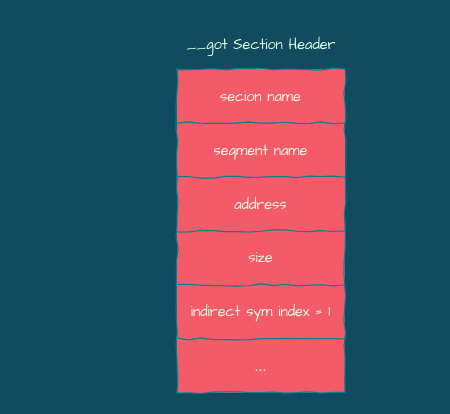
Above: got2.drawio in silan-liu/drawio (draw.io), before the change. Source tidied: cells renumbered, new cells numbered last; positions are measured from the earlier drawing's top-left corner, leaving out a move shared by most shapes. Both pictures are drawn from the tidied source at 120%, with x=0, y=0 at pixel (176, 32).
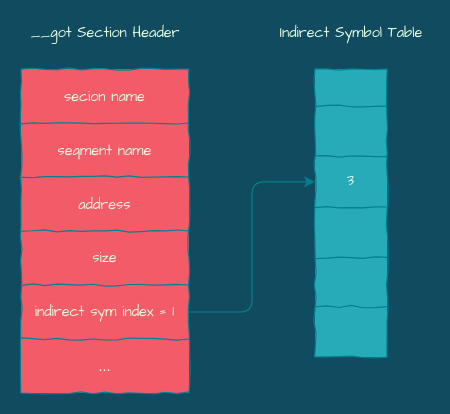
After the change.

The change refers to these unchanged cells:
```xml
<mxCell id="11" style="shape=partialRectangle;html=1;whiteSpace=wrap;fillColor=none;top=0;left=0;bottom=0;right=0;points=[[0,0.5],[1,0.5]];portConstraint=eastwest;strokeColor=#028090;fontColor=#E4FDE1;" parent="2" vertex="1">
  <mxGeometry y="180" width="140" height="45" as="geometry" />
</mxCell>
```

The edit, as a diff of the source:
```diff
@@
     <mxCell id="2" style="shape=table;html=1;whiteSpace=wrap;startSize=0;childLayout=tableLayout;fontFamily=Architects Daughter;comic=1;fillColor=#F45B69;strokeColor=#028090;fontColor=#E4FDE1;" parent="1" vertex="1">
-      <mxGeometry y="30" width="140" height="270" as="geometry" />
+      <mxGeometry x="-130" y="30" width="140" height="270" as="geometry" />
     </mxCell>
@@
     <mxCell id="15" value="&lt;font face=&quot;Architects Daughter&quot;&gt;__got Section Header&lt;/font&gt;" style="text;html=1;align=center;verticalAlign=middle;fontColor=#E4FDE1;" parent="1" vertex="1">
-      <mxGeometry width="140" height="20" as="geometry" />
+      <mxGeometry x="-130" y="-10" width="140" height="20" as="geometry" />
     </mxCell>
+    <mxCell id="16" style="shape=table;html=1;whiteSpace=wrap;startSize=0;childLayout=tableLayout;strokeColor=#028090;fontColor=#E4FDE1;comic=1;fillColor=#28ABB9;" parent="1" vertex="1">
+      <mxGeometry x="115" y="30" width="60" height="240" as="geometry" />
+    </mxCell>
+    <mxCell id="17" style="shape=partialRectangle;html=1;whiteSpace=wrap;fillColor=none;top=0;left=0;bottom=0;right=0;strokeColor=#028090;fontColor=#E4FDE1;" parent="16" vertex="1">
+      <mxGeometry width="60" height="31" as="geometry" />
+    </mxCell>
+    <mxCell id="18" style="shape=partialRectangle;html=1;whiteSpace=wrap;overflow=hidden;fillColor=none;top=0;left=0;bottom=0;right=0;strokeColor=#028090;fontColor=#E4FDE1;" parent="17" vertex="1">
+      <mxGeometry width="60" height="31" as="geometry" />
+    </mxCell>
+    <mxCell id="19" style="shape=partialRectangle;html=1;whiteSpace=wrap;fillColor=none;top=0;left=0;bottom=0;right=0;strokeColor=#028090;fontColor=#E4FDE1;" parent="16" vertex="1">
+      <mxGeometry y="31" width="60" height="42" as="geometry" />
+    </mxCell>
+    <mxCell id="20" style="shape=partialRectangle;html=1;whiteSpace=wrap;overflow=hidden;fillColor=none;top=0;left=0;bottom=0;right=0;strokeColor=#028090;fontColor=#E4FDE1;" parent="19" vertex="1">
+      <mxGeometry width="60" height="42" as="geometry" />
+    </mxCell>
+    <mxCell id="21" style="shape=partialRectangle;html=1;whiteSpace=wrap;fillColor=none;top=0;left=0;bottom=0;right=0;points=[[0,0.5],[1,0.5]];portConstraint=eastwest;strokeColor=#028090;fontColor=#E4FDE1;" parent="16" vertex="1">
+      <mxGeometry y="73" width="60" height="42" as="geometry" />
+    </mxCell>
+    <mxCell id="22" value="3" style="shape=partialRectangle;html=1;whiteSpace=wrap;overflow=hidden;fillColor=none;top=0;left=0;bottom=0;right=0;strokeColor=#028090;fontColor=#E4FDE1;fontFamily=Architects Daughter;" parent="21" vertex="1">
+      <mxGeometry width="60" height="42" as="geometry" />
+    </mxCell>
+    <mxCell id="23" style="shape=partialRectangle;html=1;whiteSpace=wrap;fillColor=none;top=0;left=0;bottom=0;right=0;strokeColor=#028090;fontColor=#E4FDE1;" parent="16" vertex="1">
+      <mxGeometry y="115" width="60" height="42" as="geometry" />
+    </mxCell>
+    <mxCell id="24" style="shape=partialRectangle;html=1;whiteSpace=wrap;overflow=hidden;fillColor=none;top=0;left=0;bottom=0;right=0;strokeColor=#028090;fontColor=#E4FDE1;" parent="23" vertex="1">
+      <mxGeometry width="60" height="42" as="geometry" />
+    </mxCell>
+    <mxCell id="25" style="shape=partialRectangle;html=1;whiteSpace=wrap;fillColor=none;top=0;left=0;bottom=0;right=0;strokeColor=#028090;fontColor=#E4FDE1;" parent="16" vertex="1">
+      <mxGeometry y="157" width="60" height="41" as="geometry" />
+    </mxCell>
+    <mxCell id="26" style="shape=partialRectangle;html=1;whiteSpace=wrap;overflow=hidden;fillColor=none;top=0;left=0;bottom=0;right=0;strokeColor=#028090;fontColor=#E4FDE1;" parent="25" vertex="1">
+      <mxGeometry width="60" height="41" as="geometry" />
+    </mxCell>
+    <mxCell id="27" style="shape=partialRectangle;html=1;whiteSpace=wrap;fillColor=none;top=0;left=0;bottom=0;right=0;strokeColor=#028090;fontColor=#E4FDE1;" parent="16" vertex="1">
+      <mxGeometry y="198" width="60" height="42" as="geometry" />
+    </mxCell>
+    <mxCell id="28" style="shape=partialRectangle;html=1;whiteSpace=wrap;overflow=hidden;fillColor=none;top=0;left=0;bottom=0;right=0;strokeColor=#028090;fontColor=#E4FDE1;" parent="27" vertex="1">
+      <mxGeometry width="60" height="42" as="geometry" />
+    </mxCell>
+    <mxCell id="29" value="&lt;font face=&quot;Architects Daughter&quot;&gt;Indirect Symbol Table&lt;/font&gt;" style="text;html=1;align=center;verticalAlign=middle;fontColor=#E4FDE1;" parent="1" vertex="1">
+      <mxGeometry x="80" y="-10" width="130" height="20" as="geometry" />
+    </mxCell>
+    <mxCell id="30" style="edgeStyle=orthogonalEdgeStyle;curved=0;rounded=1;sketch=0;jettySize=auto;html=1;exitX=1;exitY=0.5;exitDx=0;exitDy=0;entryX=0;entryY=0.5;entryDx=0;entryDy=0;strokeColor=#028090;fillColor=#F45B69;fontColor=#E4FDE1;" parent="1" edge="1" source="11" target="21">
+      <mxGeometry relative="1" as="geometry" />
+    </mxCell>
```
